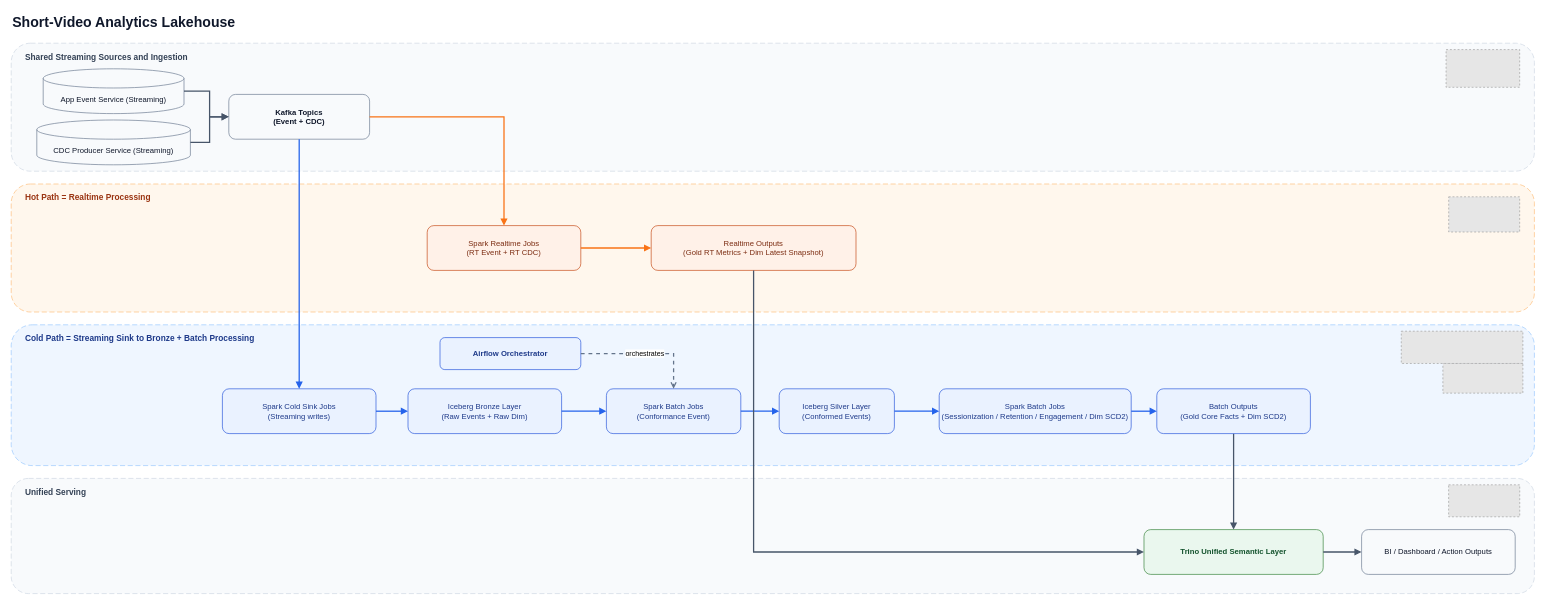
Before: docs/dataflow_big_picture_services.drawio in MichaelChenGithub/ShortVideoHybridAnalyticsLakehouse, a draw.io diagram. Source tidied: cells renumbered, new cells numbered last; positions are measured from the earlier drawing's top-left corner, leaving out a move shared by most shapes. Both pictures are drawn from the tidied source at 64%, with x=0, y=0 at pixel (11, 11). Pictures stored in the file or linked from it are replaced by grey dashed boxes.
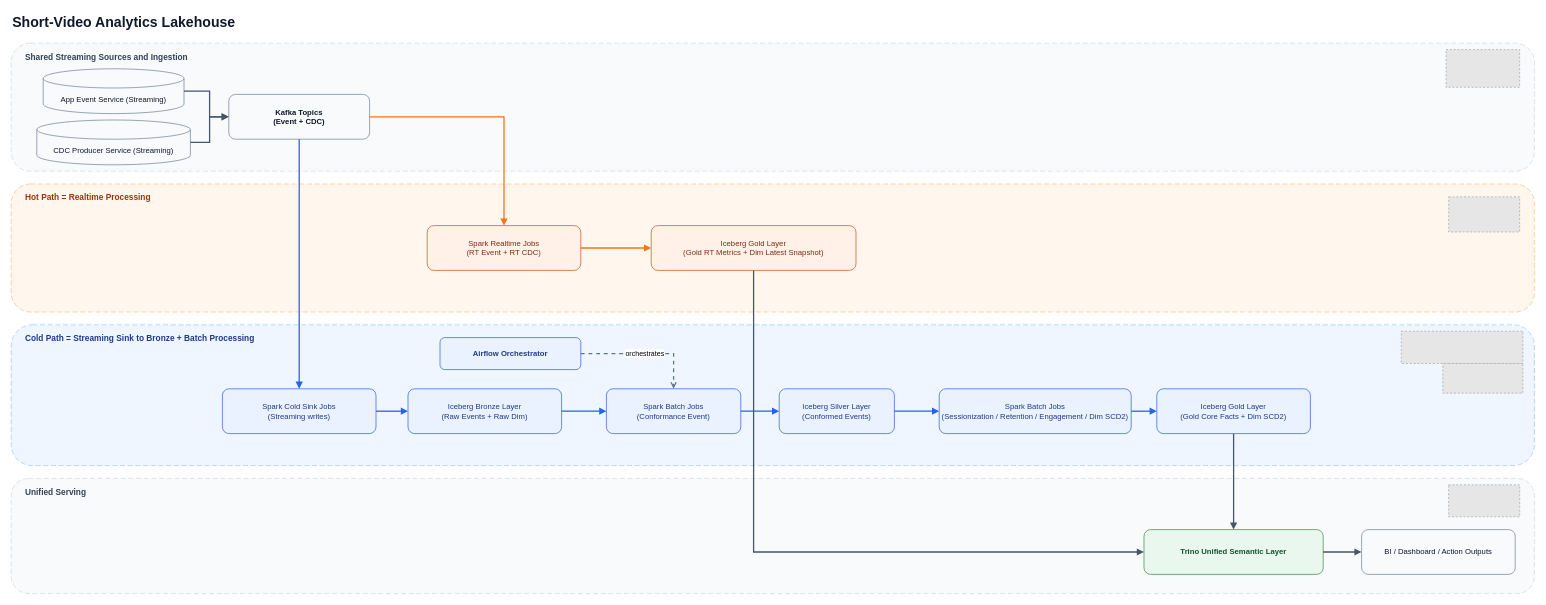
The same diagram, later.

Commit message (it also covers changes not shown here):
docs: refine dataflow diagrams

Change to the diagram source:
```diff
@@
-    <mxCell id="5" style="rounded=1;whiteSpace=wrap;html=1;fillColor=#FFF7ED;strokeColor=#FDBA74;dashed=1;dashPattern=8 4;fontStyle=0;" parent="1" vertex="1">
+    <mxCell id="5" value=" " style="rounded=1;whiteSpace=wrap;html=1;fillColor=#FFF7ED;strokeColor=#FDBA74;dashed=1;dashPattern=8 4;fontStyle=0;" parent="1" vertex="1">
       <mxGeometry y="270" width="2380" height="200" as="geometry" />
     </mxCell>
@@
-    <mxCell id="15" value="Realtime Outputs&lt;br&gt;(Gold RT Metrics + Dim Latest Snapshot)" style="rounded=1;whiteSpace=wrap;html=1;fillColor=#FFF1E8;strokeColor=#C2410C;fontColor=#7C2D12;" parent="1" vertex="1">
+    <mxCell id="15" value="Iceberg Gold Layer&lt;br&gt;(Gold RT Metrics + Dim Latest Snapshot)" style="rounded=1;whiteSpace=wrap;html=1;fillColor=#FFF1E8;strokeColor=#C2410C;fontColor=#7C2D12;" parent="1" vertex="1">
       <mxGeometry x="1000" y="335" width="320" height="70" as="geometry" />
     </mxCell>
@@
-    <mxCell id="40" value="Batch Outputs&lt;br&gt;(Gold Core Facts + Dim SCD2)" style="rounded=1;whiteSpace=wrap;html=1;fillColor=#EAF2FF;strokeColor=#1D4ED8;fontColor=#1E3A8A;" parent="1" vertex="1">
+    <mxCell id="40" value="Iceberg Gold Layer&lt;br&gt;(Gold Core Facts + Dim SCD2)" style="rounded=1;whiteSpace=wrap;html=1;fillColor=#EAF2FF;strokeColor=#1D4ED8;fontColor=#1E3A8A;" parent="1" vertex="1">
       <mxGeometry x="1790" y="590" width="240" height="70" as="geometry" />
     </mxCell>
```
